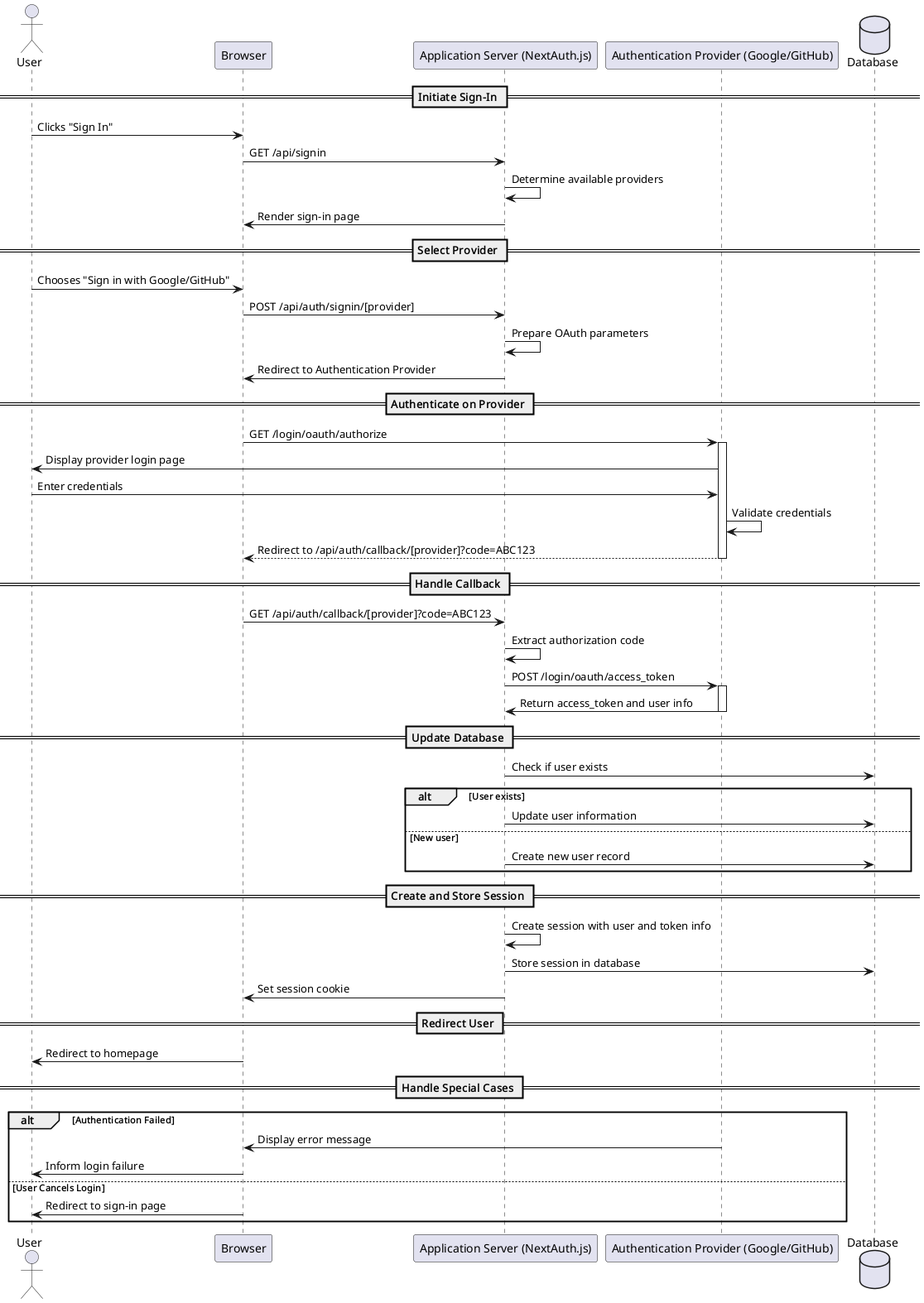
souhaib-askri/report_pfe keeps this PlantUML diagram as conception/SprintII/sequence_diagrams/nextautha_signin.png. Above is the earlier version.
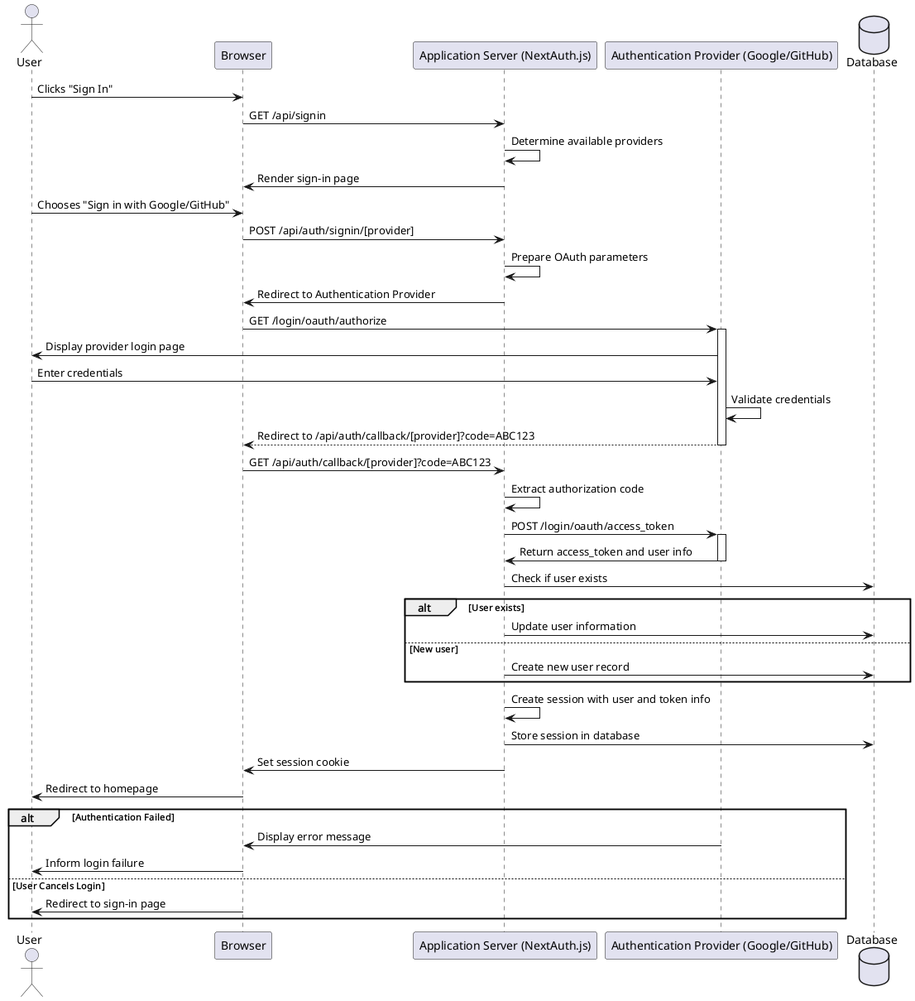
The same file after the commit.

The edit, as a diff of the source:
```diff
@@ -5,19 +5,16 @@
 participant "Authentication Provider (Google/GitHub)" as AuthProvider
 database "Database" as DB
 
-== Initiate Sign-In ==
 User -> Browser : Clicks "Sign In"
 Browser -> AppServer : GET /api/signin
 AppServer -> AppServer : Determine available providers
 AppServer -> Browser : Render sign-in page
 
-== Select Provider ==
 User -> Browser : Chooses "Sign in with Google/GitHub"
 Browser -> AppServer : POST /api/auth/signin/[provider]
 AppServer -> AppServer : Prepare OAuth parameters
 AppServer -> Browser : Redirect to Authentication Provider
 
-== Authenticate on Provider ==
 Browser -> AuthProvider : GET /login/oauth/authorize
 activate AuthProvider
 AuthProvider -> User : Display provider login page
@@ -26,7 +23,6 @@
 AuthProvider --> Browser : Redirect to /api/auth/callback/[provider]?code=ABC123
 deactivate AuthProvider
 
-== Handle Callback ==
 Browser -> AppServer : GET /api/auth/callback/[provider]?code=ABC123
 AppServer -> AppServer : Extract authorization code
 AppServer -> AuthProvider : POST /login/oauth/access_token
@@ -34,7 +30,6 @@
 AuthProvider -> AppServer : Return access_token and user info
 deactivate AuthProvider
 
-== Update Database ==
 AppServer -> DB : Check if user exists
 alt User exists
     AppServer -> DB : Update user information
@@ -42,15 +37,12 @@
     AppServer -> DB : Create new user record
 end
 
-== Create and Store Session ==
 AppServer -> AppServer : Create session with user and token info
 AppServer -> DB : Store session in database
 AppServer -> Browser : Set session cookie
 
-== Redirect User ==
 Browser -> User : Redirect to homepage
 
-== Handle Special Cases ==
 alt Authentication Failed
     AuthProvider -> Browser : Display error message
     Browser -> User : Inform login failure
```
